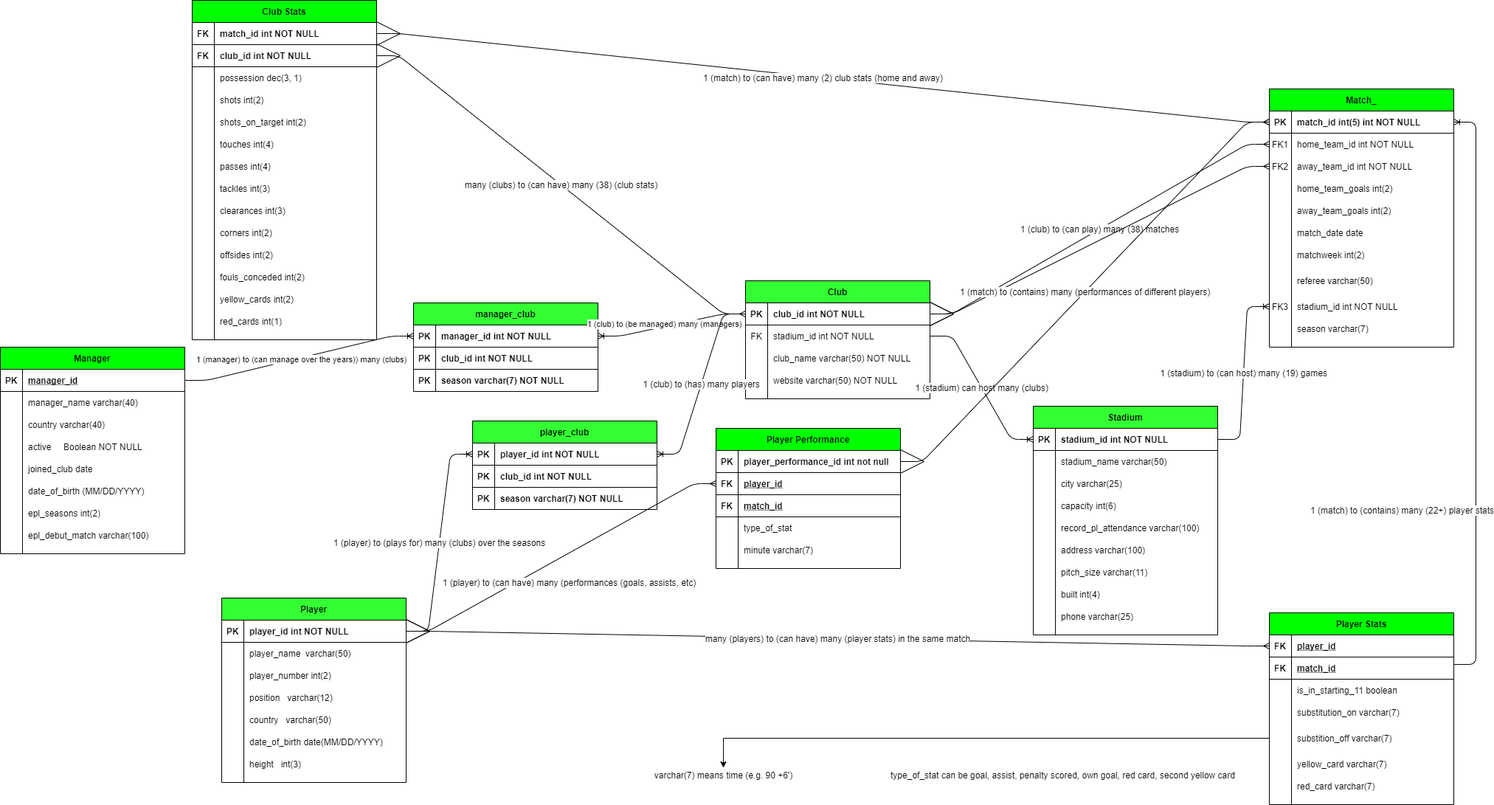
The draw.io diagram Premier League Database Model.png in narekzamanyan97/Scraped-EPL-Data-Into-a-Database, before a commit. Source tidied: cells renumbered, new cells last; positions are measured from the earlier drawing's top-left corner, leaving out a move shared by most shapes.
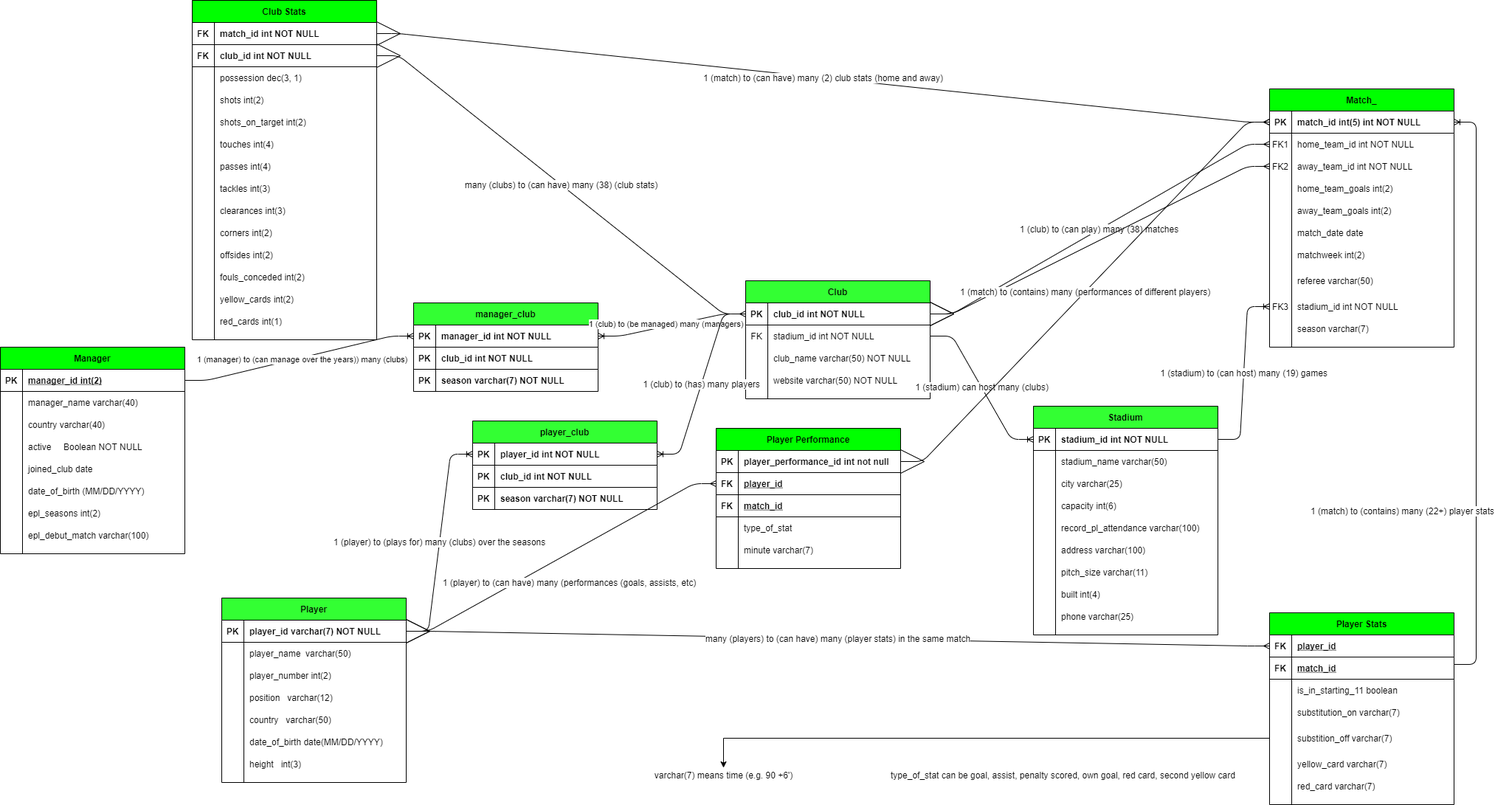
After the commit.

Change to the diagram source:
```diff
@@ -11,7 +11,7 @@
     <mxCell id="4" value="PK" style="shape=partialRectangle;overflow=hidden;fillColor=none;top=0;left=0;bottom=0;right=0;fontStyle=1;" parent="3" vertex="1">
       <mxGeometry width="30" height="30" as="geometry" />
     </mxCell>
-    <mxCell id="5" value="manager_id" style="shape=partialRectangle;overflow=hidden;fillColor=none;top=0;left=0;bottom=0;right=0;align=left;spacingLeft=6;fontStyle=5;" parent="3" vertex="1">
+    <mxCell id="5" value="manager_id int(2)" style="shape=partialRectangle;overflow=hidden;fillColor=none;top=0;left=0;bottom=0;right=0;align=left;spacingLeft=6;fontStyle=5;" parent="3" vertex="1">
       <mxGeometry x="30" width="220" height="30" as="geometry" />
     </mxCell>
     <mxCell id="6" style="shape=partialRectangle;fillColor=none;top=0;left=0;right=0;bottom=0;" parent="2" vertex="1">
@@ -179,7 +179,7 @@
     <mxCell id="60" value="PK" style="shape=partialRectangle;overflow=hidden;fillColor=none;top=0;left=0;bottom=0;right=0;fontStyle=1;" parent="59" vertex="1">
       <mxGeometry width="30" height="30" as="geometry" />
     </mxCell>
-    <mxCell id="61" value="player_id int NOT NULL" style="shape=partialRectangle;overflow=hidden;fillColor=none;top=0;left=0;bottom=0;right=0;align=left;spacingLeft=6;fontStyle=1;" parent="59" vertex="1">
+    <mxCell id="61" value="player_id varchar(7) NOT NULL" style="shape=partialRectangle;overflow=hidden;fillColor=none;top=0;left=0;bottom=0;right=0;align=left;spacingLeft=6;fontStyle=1;" parent="59" vertex="1">
       <mxGeometry x="30" width="220" height="30" as="geometry" />
     </mxCell>
     <mxCell id="62" style="shape=partialRectangle;fillColor=none;top=0;left=0;right=0;bottom=0;" parent="58" vertex="1">
```
